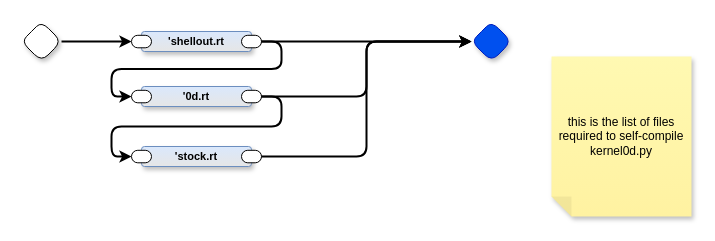
guitarvydas/rt keeps this draw.io diagram as page "Wrapped Filenames" (4 of 38) of rt2all.drawio. Above is the earlier version. Source tidied: cells renumbered, new cells numbered last; positions are measured from the earlier drawing's top-left corner, leaving out a move shared by most shapes. Both pictures are drawn from the tidied source at 100%, with x=0, y=0 at pixel (21, 21).
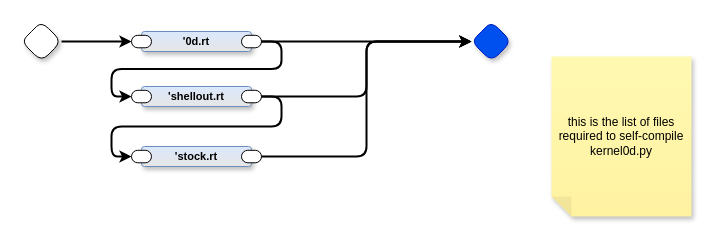
The same page after the edit.

Diff of the diagram source:
```diff
@@
 <mxGraphModel>
   <root>
     <mxCell id="0" />
     <mxCell id="1" parent="0" />
     <mxCell id="2" style="rhombus;whiteSpace=wrap;html=1;rounded=1;fontStyle=1;glass=0;sketch=0;fontSize=12;points=[[0,0.5,0,0,0],[0.5,0,0,0,0],[0.5,1,0,0,0],[1,0.5,0,0,0]];shadow=1;fontFamily=Helvetica;fontColor=default;" parent="1" vertex="1">
       <mxGeometry width="40" height="40" as="geometry" />
     </mxCell>
     <mxCell id="3" style="edgeStyle=orthogonalEdgeStyle;rounded=1;jettySize=auto;html=1;exitX=1;exitY=0.5;exitDx=0;exitDy=0;exitPerimeter=0;strokeWidth=2;curved=0;entryX=0;entryY=0.5;entryDx=0;entryDy=0;entryPerimeter=0;" parent="1" edge="1" source="2" target="7">
       <mxGeometry relative="1" as="geometry" />
     </mxCell>
     <mxCell id="4" style="rhombus;whiteSpace=wrap;html=1;rounded=1;fontStyle=1;glass=0;sketch=0;fontSize=12;points=[[0,0.5,0,0,0],[0.5,0,0,0,0],[0.5,1,0,0,0],[1,0.5,0,0,0]];shadow=1;fillColor=#0050ef;fontColor=#ffffff;strokeColor=#001DBC;fontFamily=Helvetica;labelBackgroundColor=none;" parent="1" vertex="1">
       <mxGeometry x="450" width="40" height="40" as="geometry" />
     </mxCell>
-    <mxCell id="5" value="'shellout.rt" style="rounded=1;whiteSpace=wrap;html=1;verticalAlign=middle;arcSize=6;fontStyle=1;absoluteArcSize=1;shadow=1;strokeColor=#6c8ebf;fillColor=#dae8fc;fontFamily=Helvetica;fontSize=11;gradientColor=#E6E6E6;fontColor=default;" parent="1" vertex="1">
+    <mxCell id="5" value="'0d.rt" style="rounded=1;whiteSpace=wrap;html=1;verticalAlign=middle;arcSize=6;fontStyle=1;absoluteArcSize=1;shadow=1;strokeColor=#6c8ebf;fillColor=#dae8fc;fontFamily=Helvetica;fontSize=11;gradientColor=#E6E6E6;fontColor=default;" parent="1" vertex="1">
       <mxGeometry x="120" y="10" width="110" height="20" as="geometry" />
     </mxCell>
     <mxCell id="6" style="rounded=1;whiteSpace=wrap;html=1;sketch=0;points=[[0,0.5,0,0,0],[1,0.5,0,0,0]];arcSize=50;fontFamily=Helvetica;fontSize=11;fontColor=default;" parent="5" vertex="1">
       <mxGeometry x="100" y="3.8" width="20" height="12.5" as="geometry" />
     </mxCell>
     <mxCell id="7" style="rounded=1;whiteSpace=wrap;html=1;sketch=0;points=[[0,0.5,0,0,0],[1,0.5,0,0,0]];arcSize=50;fontFamily=Helvetica;fontSize=11;fontColor=default;" parent="5" vertex="1">
       <mxGeometry x="-10" y="3.8" width="20" height="12.5" as="geometry" />
     </mxCell>
     <mxCell id="8" style="edgeStyle=orthogonalEdgeStyle;shape=connector;curved=0;rounded=1;jettySize=auto;html=1;exitX=1;exitY=0.5;exitDx=0;exitDy=0;exitPerimeter=0;entryX=0;entryY=0.5;entryDx=0;entryDy=0;entryPerimeter=0;strokeColor=default;strokeWidth=2;align=center;verticalAlign=middle;fontFamily=Helvetica;fontSize=11;fontColor=default;labelBackgroundColor=default;endArrow=classic;" parent="1" edge="1" source="6" target="4">
       <mxGeometry relative="1" as="geometry" />
     </mxCell>
-    <mxCell id="9" value="'0d.rt" style="rounded=1;whiteSpace=wrap;html=1;verticalAlign=middle;arcSize=6;fontStyle=1;absoluteArcSize=1;shadow=1;strokeColor=#6c8ebf;fillColor=#dae8fc;fontFamily=Helvetica;fontSize=11;gradientColor=#E6E6E6;fontColor=default;" parent="1" vertex="1">
+    <mxCell id="9" value="'shellout.rt" style="rounded=1;whiteSpace=wrap;html=1;verticalAlign=middle;arcSize=6;fontStyle=1;absoluteArcSize=1;shadow=1;strokeColor=#6c8ebf;fillColor=#dae8fc;fontFamily=Helvetica;fontSize=11;gradientColor=#E6E6E6;fontColor=default;" parent="1" vertex="1">
       <mxGeometry x="120" y="65" width="110" height="20" as="geometry" />
     </mxCell>
     <mxCell id="10" style="rounded=1;whiteSpace=wrap;html=1;sketch=0;points=[[0,0.5,0,0,0],[1,0.5,0,0,0]];arcSize=50;fontFamily=Helvetica;fontSize=11;fontColor=default;" parent="9" vertex="1">
       <mxGeometry x="100" y="3.8" width="20" height="12.5" as="geometry" />
     </mxCell>
     <mxCell id="11" style="rounded=1;whiteSpace=wrap;html=1;sketch=0;points=[[0,0.5,0,0,0],[1,0.5,0,0,0]];arcSize=50;fontFamily=Helvetica;fontSize=11;fontColor=default;" parent="9" vertex="1">
       <mxGeometry x="-10" y="3.8" width="20" height="12.5" as="geometry" />
     </mxCell>
     <mxCell id="12" style="edgeStyle=orthogonalEdgeStyle;rounded=1;jettySize=auto;html=1;exitX=1;exitY=0.5;exitDx=0;exitDy=0;exitPerimeter=0;entryX=0;entryY=0.5;entryDx=0;entryDy=0;entryPerimeter=0;strokeWidth=2;curved=0;" parent="1" edge="1" source="10" target="18">
       <mxGeometry relative="1" as="geometry" />
     </mxCell>
     <mxCell id="13" style="edgeStyle=orthogonalEdgeStyle;shape=connector;curved=0;rounded=1;jettySize=auto;html=1;exitX=1;exitY=0.5;exitDx=0;exitDy=0;exitPerimeter=0;entryX=0;entryY=0.5;entryDx=0;entryDy=0;entryPerimeter=0;strokeColor=default;strokeWidth=2;align=center;verticalAlign=middle;fontFamily=Helvetica;fontSize=11;fontColor=default;labelBackgroundColor=default;endArrow=classic;" parent="1" edge="1" source="6" target="11">
       <mxGeometry relative="1" as="geometry" />
     </mxCell>
     <mxCell id="14" style="edgeStyle=orthogonalEdgeStyle;shape=connector;curved=0;rounded=1;jettySize=auto;html=1;exitX=1;exitY=0.5;exitDx=0;exitDy=0;exitPerimeter=0;entryX=0;entryY=0.5;entryDx=0;entryDy=0;entryPerimeter=0;strokeColor=default;strokeWidth=2;align=center;verticalAlign=middle;fontFamily=Helvetica;fontSize=11;fontColor=default;labelBackgroundColor=default;endArrow=classic;" parent="1" edge="1" source="10" target="4">
       <mxGeometry relative="1" as="geometry" />
     </mxCell>
     <mxCell id="15" value="this is the list of files required to self-compile kernel0d.py" style="shape=note;whiteSpace=wrap;html=1;backgroundOutline=1;fontColor=#000000;darkOpacity=0.05;fillColor=#FFF9B2;strokeColor=none;fillStyle=solid;direction=west;gradientDirection=north;gradientColor=#FFF2A1;shadow=1;size=20;" parent="1" vertex="1">
       <mxGeometry x="530" y="35" width="140" height="160" as="geometry" />
     </mxCell>
     <mxCell id="16" value="'stock.rt" style="rounded=1;whiteSpace=wrap;html=1;verticalAlign=middle;arcSize=6;fontStyle=1;absoluteArcSize=1;shadow=1;strokeColor=#6c8ebf;fillColor=#dae8fc;fontFamily=Helvetica;fontSize=11;gradientColor=#E6E6E6;fontColor=default;" parent="1" vertex="1">
       <mxGeometry x="120" y="125" width="110" height="20" as="geometry" />
     </mxCell>
     <mxCell id="17" style="rounded=1;whiteSpace=wrap;html=1;sketch=0;points=[[0,0.5,0,0,0],[1,0.5,0,0,0]];arcSize=50;fontFamily=Helvetica;fontSize=11;fontColor=default;" parent="16" vertex="1">
       <mxGeometry x="100" y="3.8" width="20" height="12.5" as="geometry" />
     </mxCell>
     <mxCell id="18" style="rounded=1;whiteSpace=wrap;html=1;sketch=0;points=[[0,0.5,0,0,0],[1,0.5,0,0,0]];arcSize=50;fontFamily=Helvetica;fontSize=11;fontColor=default;" parent="16" vertex="1">
       <mxGeometry x="-10" y="3.8" width="20" height="12.5" as="geometry" />
     </mxCell>
     <mxCell id="19" style="edgeStyle=orthogonalEdgeStyle;rounded=1;jettySize=auto;html=1;exitX=1;exitY=0.5;exitDx=0;exitDy=0;exitPerimeter=0;entryX=0;entryY=0.5;entryDx=0;entryDy=0;entryPerimeter=0;strokeWidth=2;curved=0;" parent="1" edge="1" source="17" target="4">
       <mxGeometry relative="1" as="geometry" />
     </mxCell>
   </root>
 </mxGraphModel>
```
